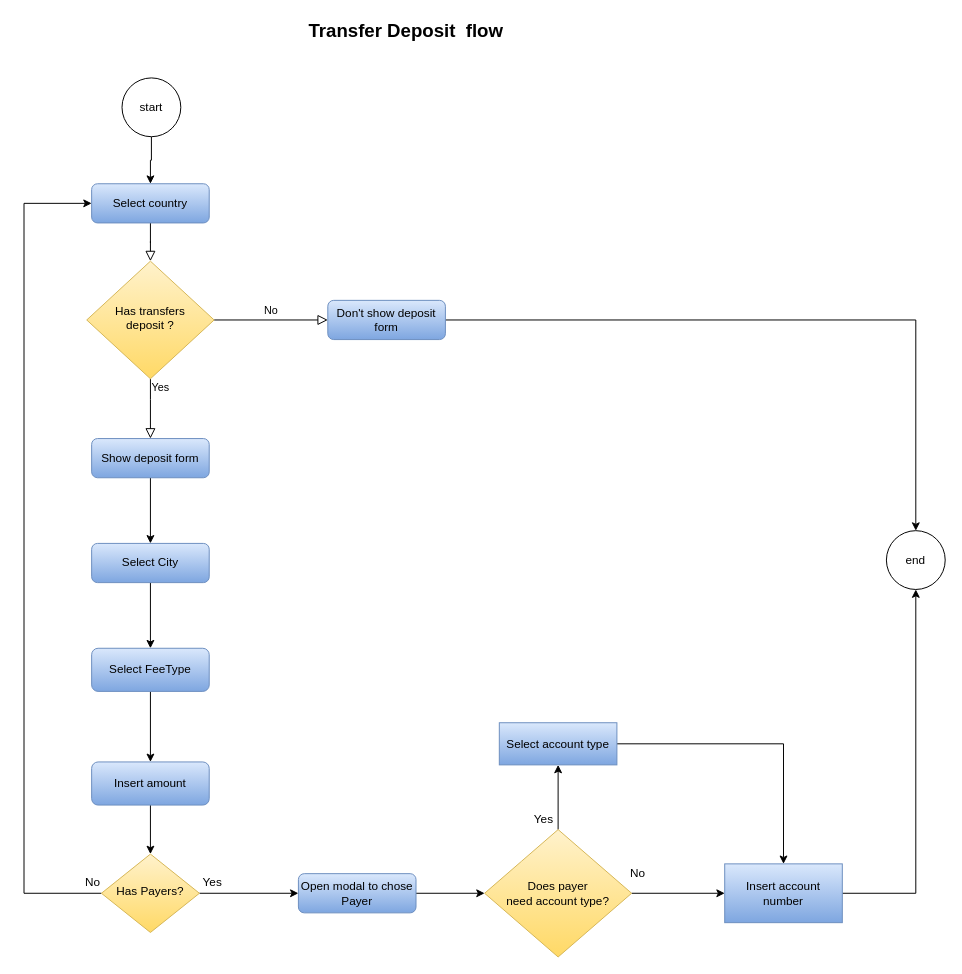
Above: flujoDeposito.drawio in Eduardomaxillc/Eduardomaxillc (draw.io), before the change. Source tidied: cells renumbered, new cells numbered last; positions are measured from the earlier drawing's top-left corner, leaving out a move shared by most shapes. Both pictures are drawn from the tidied source at 98%, with x=0, y=0 at pixel (24, 17).
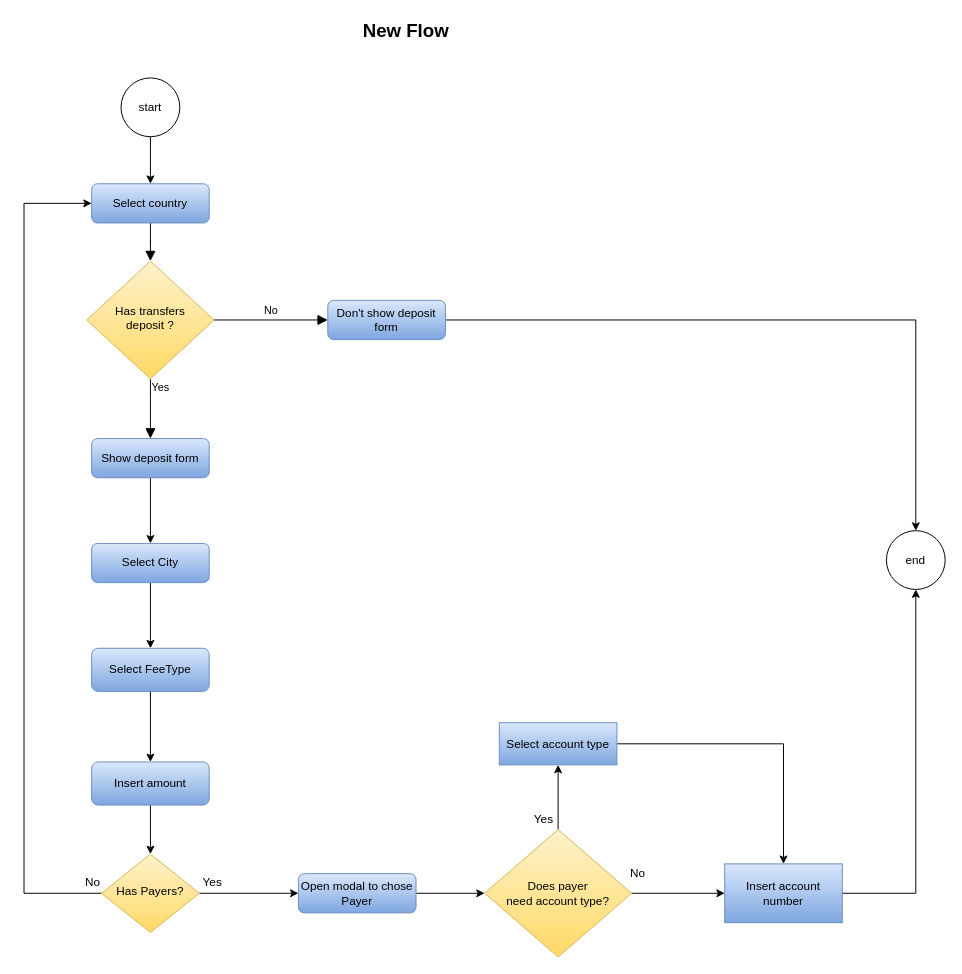
The same diagram, later.

The change refers to these unchanged cells:
```xml
<mxCell id="3" value="Select country" style="rounded=1;whiteSpace=wrap;html=1;fontSize=12;glass=0;strokeWidth=1;shadow=0;fillColor=#dae8fc;gradientColor=#7ea6e0;strokeColor=#6c8ebf;" parent="1" vertex="1">
  <mxGeometry x="69" y="170" width="120" height="40" as="geometry" />
</mxCell>
<mxCell id="6" value="Has transfers &lt;br&gt;deposit ?" style="rhombus;whiteSpace=wrap;html=1;shadow=0;fontFamily=Helvetica;fontSize=12;align=center;strokeWidth=1;spacing=6;spacingTop=-4;fillColor=#fff2cc;gradientColor=#ffd966;strokeColor=#d6b656;" parent="1" vertex="1">
  <mxGeometry x="64" y="249" width="130" height="120" as="geometry" />
</mxCell>
<mxCell id="8" value="Don't show deposit form" style="rounded=1;whiteSpace=wrap;html=1;fontSize=12;glass=0;strokeWidth=1;shadow=0;fillColor=#dae8fc;gradientColor=#7ea6e0;strokeColor=#6c8ebf;" parent="1" vertex="1">
  <mxGeometry x="310" y="289" width="120" height="40" as="geometry" />
</mxCell>
<mxCell id="36" value="Show deposit form" style="rounded=1;whiteSpace=wrap;html=1;fontSize=12;glass=0;strokeWidth=1;shadow=0;fillColor=#dae8fc;gradientColor=#7ea6e0;strokeColor=#6c8ebf;" parent="1" vertex="1">
  <mxGeometry x="69" y="430" width="120" height="40" as="geometry" />
</mxCell>
```

What changed in the source:
```diff
@@
-    <mxCell id="2" style="rounded=0;html=1;jettySize=auto;fontSize=11;endArrow=block;endFill=0;endSize=8;strokeWidth=1;shadow=0;labelBackgroundColor=none;edgeStyle=orthogonalEdgeStyle;" parent="1" edge="1" source="3" target="6">
+    <mxCell id="2" style="rounded=0;html=1;jettySize=auto;fontSize=11;endArrow=block;endFill=1;endSize=8;strokeWidth=1;shadow=0;labelBackgroundColor=none;edgeStyle=orthogonalEdgeStyle;verticalAlign=middle;startFill=0;" parent="1" edge="1" source="3" target="6">
       <mxGeometry relative="1" as="geometry" />
     </mxCell>
@@
-    <mxCell id="4" value="Yes" style="rounded=0;html=1;jettySize=auto;fontSize=11;endArrow=block;endFill=0;endSize=8;strokeWidth=1;shadow=0;labelBackgroundColor=none;edgeStyle=orthogonalEdgeStyle;entryX=0.5;entryY=0;entryDx=0;entryDy=0;" parent="1" edge="1" source="6" target="36">
-      <mxGeometry x="-0.69" y="10" relative="1" as="geometry">
+    <mxCell id="4" value="Yes" style="rounded=0;html=1;jettySize=auto;fontSize=11;endArrow=block;endFill=1;endSize=8;strokeWidth=1;shadow=0;labelBackgroundColor=none;edgeStyle=orthogonalEdgeStyle;entryX=0.5;entryY=0;entryDx=0;entryDy=0;" parent="1" edge="1" source="6" target="36">
+      <mxGeometry x="-0.7" y="10" relative="1" as="geometry">
         <Array as="points">
           <mxPoint x="129" y="390" />
           <mxPoint x="129" y="390" />
         </Array>
       </mxGeometry>
     </mxCell>
-    <mxCell id="5" value="No" style="edgeStyle=orthogonalEdgeStyle;rounded=0;html=1;jettySize=auto;fontSize=11;endArrow=block;endFill=0;endSize=8;strokeWidth=1;shadow=0;labelBackgroundColor=none;" parent="1" edge="1" source="6" target="8">
+    <mxCell id="5" value="No" style="edgeStyle=orthogonalEdgeStyle;rounded=0;html=1;jettySize=auto;fontSize=11;endArrow=block;endFill=1;endSize=8;strokeWidth=1;shadow=0;labelBackgroundColor=none;" parent="1" edge="1" source="6" target="8">
       <mxGeometry y="10" relative="1" as="geometry" />
     </mxCell>
@@
     <mxCell id="26" value="start" style="ellipse;whiteSpace=wrap;html=1;" parent="1" vertex="1">
-      <mxGeometry x="100" y="62" width="60" height="60" as="geometry" />
+      <mxGeometry x="99" y="62" width="60" height="60" as="geometry" />
     </mxCell>
@@
-    <mxCell id="34" value="Transfer Deposit&amp;nbsp; flow" style="text;html=1;strokeColor=none;fillColor=none;align=center;verticalAlign=middle;whiteSpace=wrap;rounded=0;fontStyle=1;fontSize=19;" parent="1" vertex="1">
+    <mxCell id="34" value="New Flow" style="text;html=1;strokeColor=none;fillColor=none;align=center;verticalAlign=middle;whiteSpace=wrap;rounded=0;fontStyle=1;fontSize=19;" parent="1" vertex="1">
       <mxGeometry x="160" width="460" height="30" as="geometry" />
     </mxCell>
```
